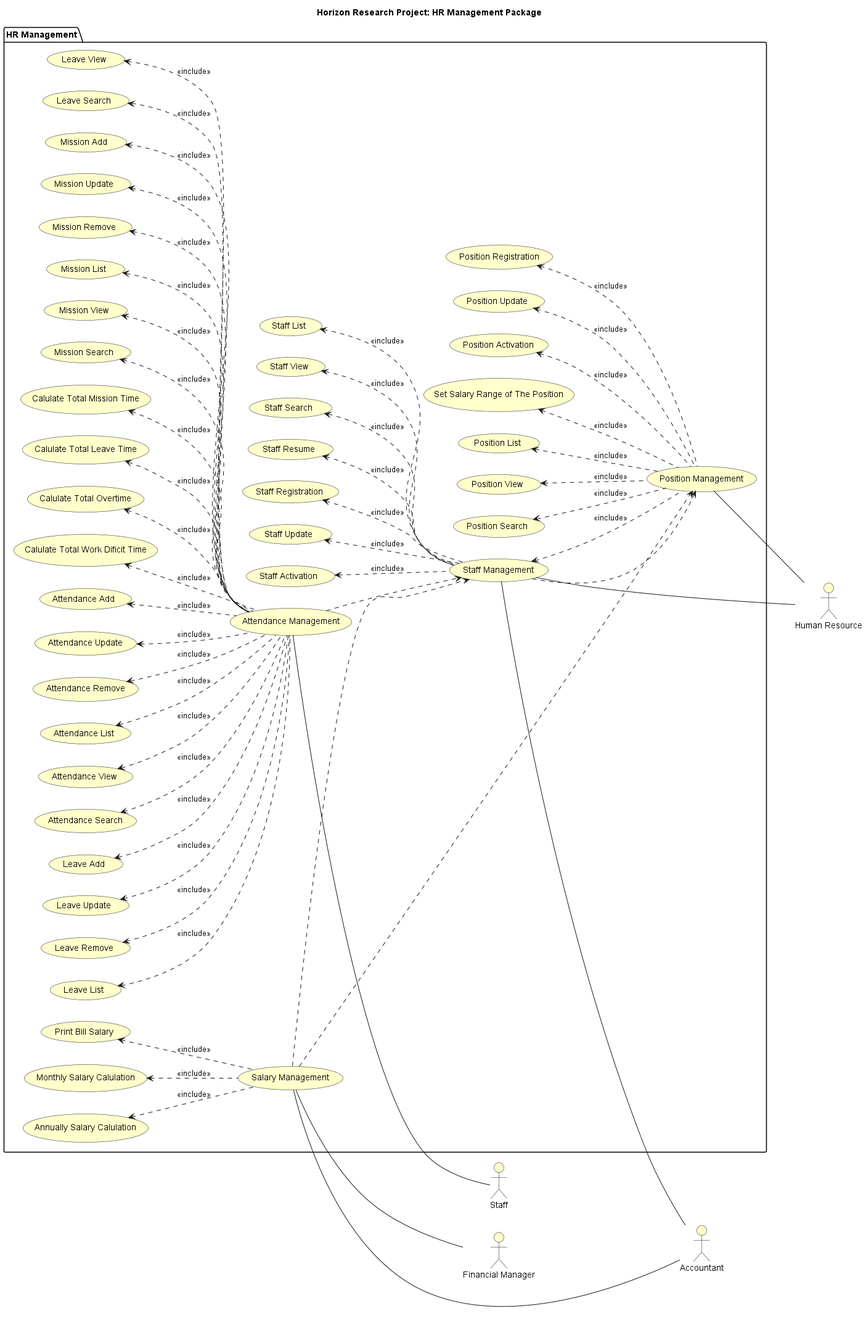
Before: HorizonUml/out/UseCase/Use Case/Packages/HRManagementUseCaseDiagram.png, a diagram exported from PlantUML (mahyaresteki/Horizon).
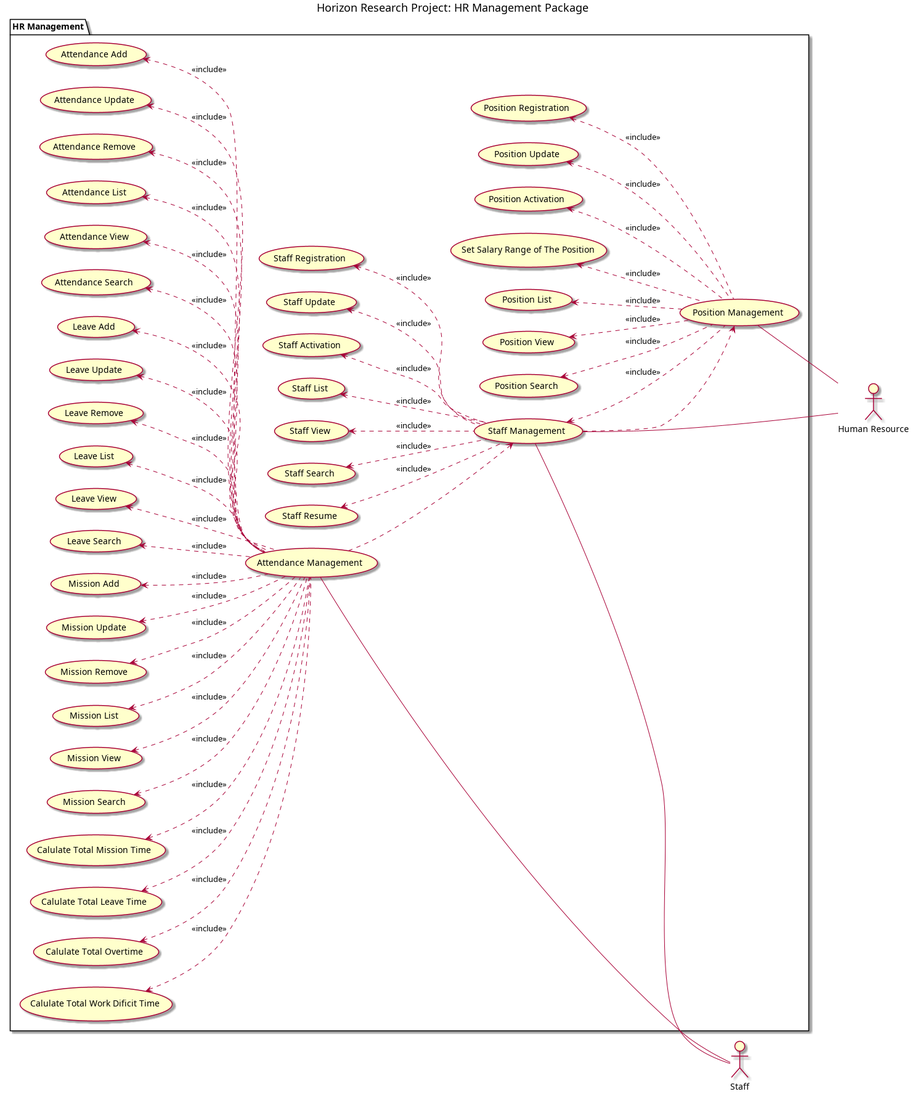
After the commit.

The edit, as a diff of the source:
```diff
@@ -6,9 +6,7 @@
 
 title Horizon Research Project: HR Management Package
 
-:Financial Manager: as Fmanager
 :Human Resource: as HR
-:Accountant: as Accountant
 :Staff: as Staff
 
 package "HR Management"{
@@ -51,23 +49,16 @@
     usecase "Calulate Total Leave Time" as totalLeaveTime
     usecase "Calulate Total Overtime" as totalOvertime
     usecase "Calulate Total Work Dificit Time" as totalWorkDificitTime
-    usecase "Salary Management" as salaryManagement
-    usecase "Monthly Salary Calulation" as monthlySalaryCalculation
-    usecase "Annually Salary Calulation" as annuallySalaryCalculation
-    usecase "Print Bill Salary" as printBillSalary
+
 }
 
 staffManagement -- HR
 positionManagement -- HR
-staffManagement -- Accountant
-salaryManagement -- Accountant
-salaryManagement -- Fmanager
+staffManagement -- Staff
 attendanceManagement -- Staff
 
 staffManagement ..> positionManagement
 attendanceManagement ..> staffManagement
-salaryManagement ..> staffManagement
-salaryManagement ..> positionManagement
 
 staffRegistration <.. staffManagement : <<include>>
 staffUpdate <.. staffManagement : <<include>>
@@ -84,9 +75,7 @@
 positionSearch <.. positionManagement : <<include>>
 setPositionSalaryrange <.. positionManagement : <<include>>
 staffManagement <.. positionManagement : <<include>>
-monthlySalaryCalculation <.. salaryManagement : <<include>>
-annuallySalaryCalculation <.. salaryManagement : <<include>>
-printBillSalary <.. salaryManagement : <<include>>
+
 attendanceAdd <.. attendanceManagement : <<include>>
 AttendanceUpdate <.. attendanceManagement : <<include>>
 AttendanceRemove <.. attendanceManagement : <<include>>
```
